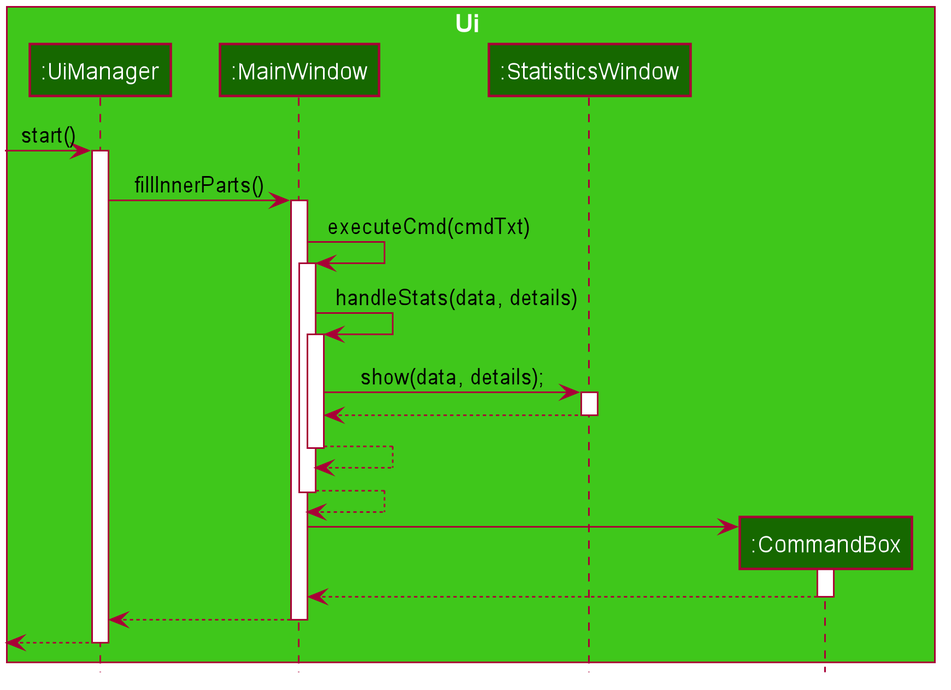
Above: docs/images/StatisticsCommandSequenceDiagramUiExample1.png in nus-cs2103-AY2021S1/tp (PlantUML), before the change. Its diagram source:
```plantuml
@startuml








skinparam BackgroundColor #FFFFFFF

skinparam Shadowing false

skinparam Class {
    FontColor #FFFFFF
    BorderThickness 1
    BorderColor #FFFFFF
    StereotypeFontColor #FFFFFF
    FontName Arial
}

skinparam Actor {
    BorderColor #000000
    Color #000000
    FontName Arial
}

skinparam Sequence {
    MessageAlign center
    BoxFontSize 15
    BoxPadding 0
    BoxFontColor #FFFFFF
    FontName Arial
}

skinparam Participant {
    FontColor #FFFFFFF
    Padding 20
}

skinparam MinClassWidth 50
skinparam ParticipantPadding 10
skinparam Shadowing false
skinparam DefaultTextAlignment center
skinparam packageStyle Rectangle

hide footbox
hide members
hide circle

box Ui #3FC71B
participant ":UiManager" as UiManager #166800
participant ":MainWindow" as MainWindow #166800
participant ":StatisticsWindow" as StatisticsWindow #166800
participant ":CommandBox" as CommandBox #166800
end box


[-> UiManager : start()
activate UiManager

UiManager -> MainWindow : fillInnerParts()
activate MainWindow

MainWindow -> MainWindow : executeCmd(cmdTxt)
activate MainWindow

MainWindow -> MainWindow : handleStats(data, details)
activate MainWindow

MainWindow -> StatisticsWindow : show(data, details);
activate StatisticsWindow

StatisticsWindow --> MainWindow
deactivate StatisticsWindow

MainWindow --> MainWindow
deactivate MainWindow

MainWindow --> MainWindow
deactivate MainWindow

create CommandBox
MainWindow -> CommandBox
activate CommandBox

CommandBox --> MainWindow
deactivate CommandBox

MainWindow --> UiManager
deactivate MainWindow

[<--UiManager
deactivate UiManager

@enduml
```
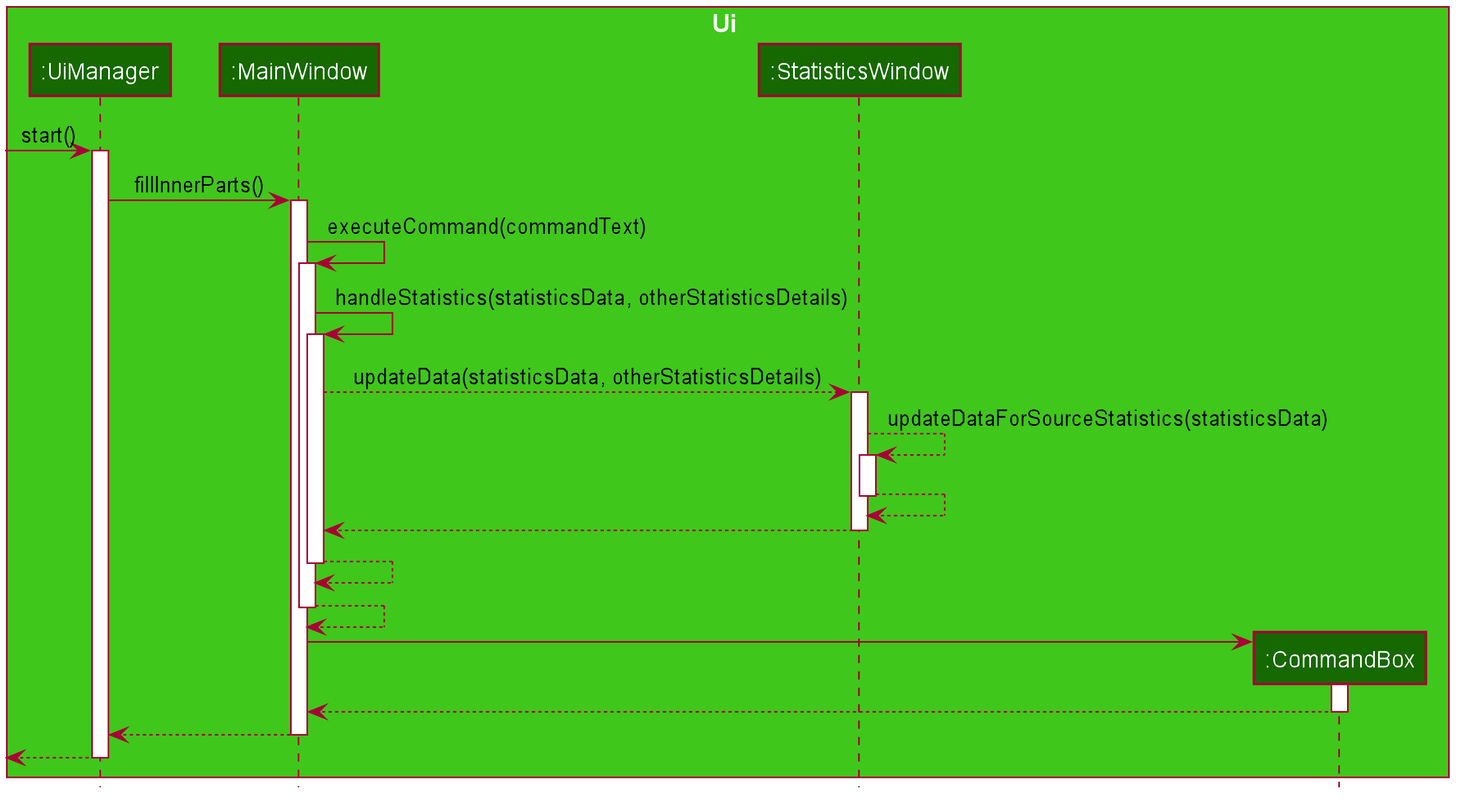
The same file after the commit.

The edit, as a diff of the source:
```diff
@@ -62,14 +62,20 @@
 UiManager -> MainWindow : fillInnerParts()
 activate MainWindow
 
-MainWindow -> MainWindow : executeCmd(cmdTxt)
+MainWindow -> MainWindow : executeCommand(commandText)
 activate MainWindow
 
-MainWindow -> MainWindow : handleStats(data, details)
+MainWindow -> MainWindow : handleStatistics(statisticsData, otherStatisticsDetails)
 activate MainWindow
 
-MainWindow -> StatisticsWindow : show(data, details);
+MainWindow --> StatisticsWindow : updateData(statisticsData, otherStatisticsDetails)
 activate StatisticsWindow
+
+StatisticsWindow --> StatisticsWindow : updateDataForSourceStatistics(statisticsData)
+activate StatisticsWindow
+
+StatisticsWindow --> StatisticsWindow
+deactivate StatisticsWindow
 
 StatisticsWindow --> MainWindow
 deactivate StatisticsWindow
@@ -92,5 +98,4 @@
 
 [<--UiManager
 deactivate UiManager
-
 @enduml
```
